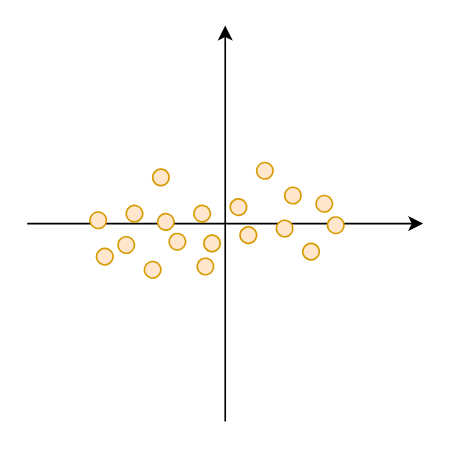
oierlauzi/tfm-muit keeps this draw.io diagram as figures/implementation/pca/projection.drawio. Above is the earlier version. Source tidied: cells renumbered, new cells numbered last; positions are measured from the earlier drawing's top-left corner, leaving out a move shared by most shapes. Both pictures are drawn from the tidied source at 165%, with x=0, y=0 at pixel (26, 25).
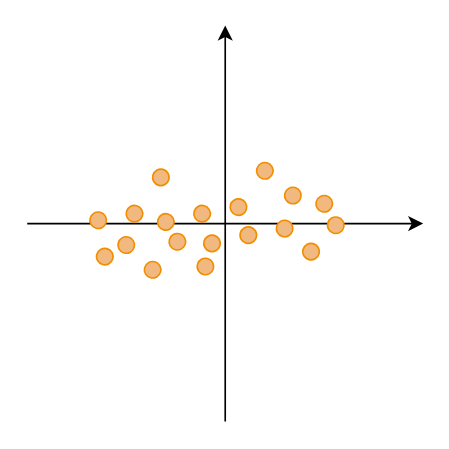
The same diagram, later.

Unchanged cells that the change refers to:
```xml
<mxCell id="4" style="group;rotation=15;" parent="1" vertex="1">
  <mxGeometry x="40" y="77" width="150" height="85" as="geometry" />
</mxCell>
```

Diff of the diagram source:
```diff
@@
-    <mxCell id="5" style="ellipse;whiteSpace=wrap;html=1;fillColor=#ffe6cc;strokeColor=#d79b00;rotation=15;" parent="4" vertex="1">
+    <mxCell id="5" style="ellipse;whiteSpace=wrap;html=1;fillColor=#F1B880;strokeColor=#f18e00;rotation=15;" parent="4" vertex="1">
       <mxGeometry x="-2" y="36" width="10" height="10" as="geometry" />
     </mxCell>
-    <mxCell id="6" style="ellipse;whiteSpace=wrap;html=1;fillColor=#ffe6cc;strokeColor=#d79b00;rotation=15;" parent="4" vertex="1">
+    <mxCell id="6" style="ellipse;whiteSpace=wrap;html=1;fillColor=#F1B880;strokeColor=#f18e00;rotation=15;" parent="4" vertex="1">
       <mxGeometry x="36" y="10" width="10" height="10" as="geometry" />
     </mxCell>
-    <mxCell id="7" style="ellipse;whiteSpace=wrap;html=1;fillColor=#ffe6cc;strokeColor=#d79b00;rotation=15;" parent="4" vertex="1">
+    <mxCell id="7" style="ellipse;whiteSpace=wrap;html=1;fillColor=#F1B880;strokeColor=#f18e00;rotation=15;" parent="4" vertex="1">
       <mxGeometry x="15" y="51" width="10" height="10" as="geometry" />
     </mxCell>
-    <mxCell id="8" style="ellipse;whiteSpace=wrap;html=1;fillColor=#ffe6cc;strokeColor=#d79b00;rotation=15;" parent="4" vertex="1">
+    <mxCell id="8" style="ellipse;whiteSpace=wrap;html=1;fillColor=#F1B880;strokeColor=#f18e00;rotation=15;" parent="4" vertex="1">
       <mxGeometry x="39" y="37" width="10" height="10" as="geometry" />
     </mxCell>
-    <mxCell id="9" style="ellipse;whiteSpace=wrap;html=1;fillColor=#ffe6cc;strokeColor=#d79b00;rotation=15;" parent="4" vertex="1">
+    <mxCell id="9" style="ellipse;whiteSpace=wrap;html=1;fillColor=#F1B880;strokeColor=#f18e00;rotation=15;" parent="4" vertex="1">
       <mxGeometry x="46" y="49" width="10" height="10" as="geometry" />
     </mxCell>
-    <mxCell id="10" style="ellipse;whiteSpace=wrap;html=1;fillColor=#ffe6cc;strokeColor=#d79b00;rotation=15;" parent="4" vertex="1">
+    <mxCell id="10" style="ellipse;whiteSpace=wrap;html=1;fillColor=#F1B880;strokeColor=#f18e00;rotation=15;" parent="4" vertex="1">
       <mxGeometry x="61" y="32" width="10" height="10" as="geometry" />
     </mxCell>
-    <mxCell id="11" style="ellipse;whiteSpace=wrap;html=1;fillColor=#ffe6cc;strokeColor=#d79b00;rotation=15;" parent="4" vertex="1">
+    <mxCell id="11" style="ellipse;whiteSpace=wrap;html=1;fillColor=#F1B880;strokeColor=#f18e00;rotation=15;" parent="4" vertex="1">
       <mxGeometry x="31" y="66" width="10" height="10" as="geometry" />
     </mxCell>
-    <mxCell id="12" style="ellipse;whiteSpace=wrap;html=1;fillColor=#ffe6cc;strokeColor=#d79b00;rotation=15;" parent="4" vertex="1">
+    <mxCell id="12" style="ellipse;whiteSpace=wrap;html=1;fillColor=#F1B880;strokeColor=#f18e00;rotation=15;" parent="4" vertex="1">
       <mxGeometry x="63" y="64" width="10" height="10" as="geometry" />
     </mxCell>
-    <mxCell id="13" style="ellipse;whiteSpace=wrap;html=1;fillColor=#ffe6cc;strokeColor=#d79b00;rotation=15;" parent="4" vertex="1">
+    <mxCell id="13" style="ellipse;whiteSpace=wrap;html=1;fillColor=#F1B880;strokeColor=#f18e00;rotation=15;" parent="4" vertex="1">
       <mxGeometry x="67" y="50" width="10" height="10" as="geometry" />
     </mxCell>
-    <mxCell id="14" style="ellipse;whiteSpace=wrap;html=1;fillColor=#ffe6cc;strokeColor=#d79b00;rotation=15;" parent="4" vertex="1">
+    <mxCell id="14" style="ellipse;whiteSpace=wrap;html=1;fillColor=#F1B880;strokeColor=#f18e00;rotation=15;" parent="4" vertex="1">
       <mxGeometry x="83" y="28" width="10" height="10" as="geometry" />
     </mxCell>
-    <mxCell id="15" style="ellipse;whiteSpace=wrap;html=1;fillColor=#ffe6cc;strokeColor=#d79b00;rotation=15;" parent="4" vertex="1">
+    <mxCell id="15" style="ellipse;whiteSpace=wrap;html=1;fillColor=#F1B880;strokeColor=#f18e00;rotation=15;" parent="4" vertex="1">
       <mxGeometry x="20" y="32" width="10" height="10" as="geometry" />
     </mxCell>
-    <mxCell id="16" style="ellipse;whiteSpace=wrap;html=1;fillColor=#ffe6cc;strokeColor=#d79b00;rotation=15;" parent="4" vertex="1">
+    <mxCell id="16" style="ellipse;whiteSpace=wrap;html=1;fillColor=#F1B880;strokeColor=#f18e00;rotation=15;" parent="4" vertex="1">
       <mxGeometry x="89" y="45" width="10" height="10" as="geometry" />
     </mxCell>
-    <mxCell id="17" style="ellipse;whiteSpace=wrap;html=1;fillColor=#ffe6cc;strokeColor=#d79b00;rotation=15;" parent="4" vertex="1">
+    <mxCell id="17" style="ellipse;whiteSpace=wrap;html=1;fillColor=#F1B880;strokeColor=#f18e00;rotation=15;" parent="4" vertex="1">
       <mxGeometry x="111" y="41" width="10" height="10" as="geometry" />
     </mxCell>
-    <mxCell id="18" style="ellipse;whiteSpace=wrap;html=1;fillColor=#ffe6cc;strokeColor=#d79b00;rotation=15;" parent="4" vertex="1">
+    <mxCell id="18" style="ellipse;whiteSpace=wrap;html=1;fillColor=#F1B880;strokeColor=#f18e00;rotation=15;" parent="4" vertex="1">
       <mxGeometry x="135" y="26" width="10" height="10" as="geometry" />
     </mxCell>
-    <mxCell id="19" style="ellipse;whiteSpace=wrap;html=1;fillColor=#ffe6cc;strokeColor=#d79b00;rotation=15;" parent="4" vertex="1">
+    <mxCell id="19" style="ellipse;whiteSpace=wrap;html=1;fillColor=#F1B880;strokeColor=#f18e00;rotation=15;" parent="4" vertex="1">
       <mxGeometry x="142" y="39" width="10" height="10" as="geometry" />
     </mxCell>
-    <mxCell id="20" style="ellipse;whiteSpace=wrap;html=1;fillColor=#ffe6cc;strokeColor=#d79b00;rotation=15;" parent="4" vertex="1">
+    <mxCell id="20" style="ellipse;whiteSpace=wrap;html=1;fillColor=#F1B880;strokeColor=#f18e00;rotation=15;" parent="4" vertex="1">
       <mxGeometry x="99" y="6" width="10" height="10" as="geometry" />
     </mxCell>
-    <mxCell id="21" style="ellipse;whiteSpace=wrap;html=1;fillColor=#ffe6cc;strokeColor=#d79b00;rotation=15;" parent="4" vertex="1">
+    <mxCell id="21" style="ellipse;whiteSpace=wrap;html=1;fillColor=#F1B880;strokeColor=#f18e00;rotation=15;" parent="4" vertex="1">
       <mxGeometry x="127" y="55" width="10" height="10" as="geometry" />
     </mxCell>
-    <mxCell id="22" style="ellipse;whiteSpace=wrap;html=1;fillColor=#ffe6cc;strokeColor=#d79b00;rotation=15;" parent="4" vertex="1">
+    <mxCell id="22" style="ellipse;whiteSpace=wrap;html=1;fillColor=#F1B880;strokeColor=#f18e00;rotation=15;" parent="4" vertex="1">
       <mxGeometry x="2" y="58" width="10" height="10" as="geometry" />
     </mxCell>
-    <mxCell id="23" style="ellipse;whiteSpace=wrap;html=1;fillColor=#ffe6cc;strokeColor=#d79b00;rotation=15;" parent="4" vertex="1">
+    <mxCell id="23" style="ellipse;whiteSpace=wrap;html=1;fillColor=#F1B880;strokeColor=#f18e00;rotation=15;" parent="4" vertex="1">
       <mxGeometry x="116" y="21" width="10" height="10" as="geometry" />
     </mxCell>
```
